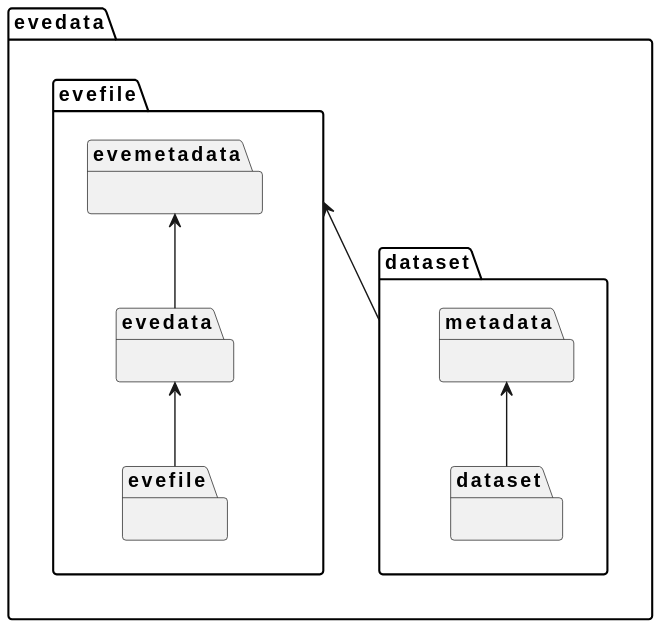
tillbiskup/evedata keeps this PlantUML diagram as docs/uml/evedata.svg. Above is the earlier version. The source it was exported from:
```plantuml
@startuml

package evedata {

    package evedata.evefile {

        package evedata.evefile.evefile {
        }
        package evedata.evefile.evedata {
        }
        package evedata.evefile.evemetadata {
        }

        evedata.evefile.evemetadata <-- evedata.evefile.evedata
        evedata.evefile.evedata <-- evedata.evefile.evefile

    }

    package evedata.dataset {

        package evedata.dataset.dataset {
        }
        package evedata.dataset.metadata {
        }

        evedata.dataset.metadata <-- evedata.dataset.dataset

    }

    evedata.evefile <-- evedata.dataset

}
@enduml
```
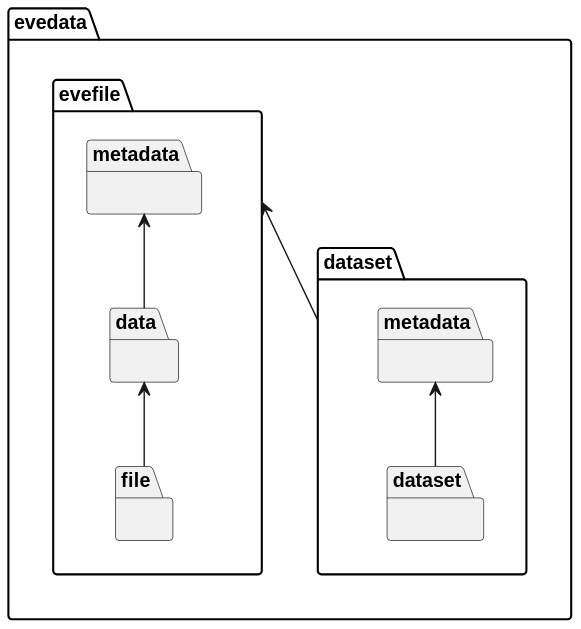
Above is the later version.

What changed in the source:
```diff
@@ -4,15 +4,15 @@
 
     package evedata.evefile {
 
-        package evedata.evefile.evefile {
+        package evedata.evefile.file {
         }
-        package evedata.evefile.evedata {
+        package evedata.evefile.data {
         }
-        package evedata.evefile.evemetadata {
+        package evedata.evefile.metadata {
         }
 
-        evedata.evefile.evemetadata <-- evedata.evefile.evedata
-        evedata.evefile.evedata <-- evedata.evefile.evefile
+        evedata.evefile.metadata <-- evedata.evefile.data
+        evedata.evefile.data <-- evedata.evefile.file
 
     }
 
```
